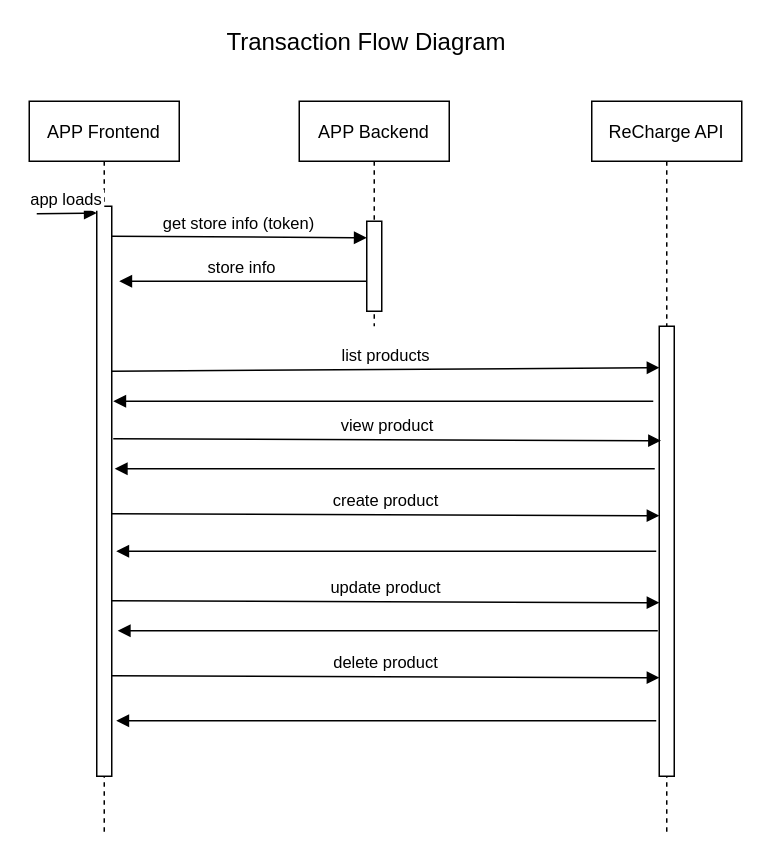
alexrsunrise/diagrams keeps this draw.io diagram as PIM Transaction Flow.drawio. Above is the earlier version. Source tidied: cells renumbered, new cells numbered last; positions are measured from the earlier drawing's top-left corner, leaving out a move shared by most shapes. Both pictures are drawn from the tidied source at 150%, with x=0, y=0 at pixel (28, 26).
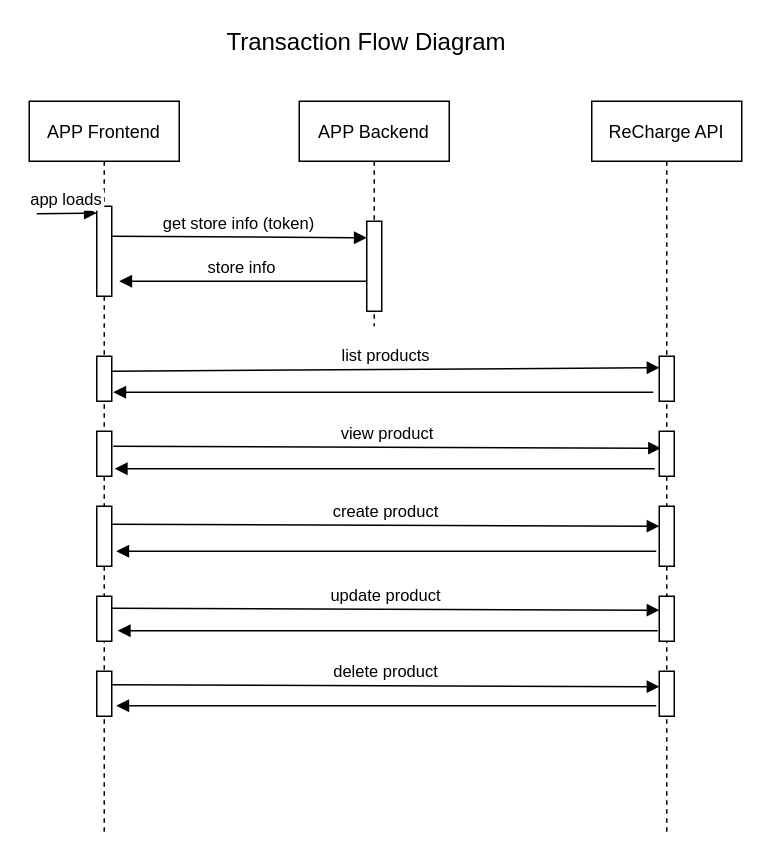
The same diagram, later.

Unchanged cells that the change refers to:
```xml
<mxCell id="2" value="APP Frontend" style="shape=umlLifeline;perimeter=lifelinePerimeter;rounded=0;shadow=0;strokeWidth=1;" parent="1" vertex="1">
  <mxGeometry y="50" width="100" height="490" as="geometry" />
</mxCell>
<mxCell id="9" value="ReCharge API" style="shape=umlLifeline;perimeter=lifelinePerimeter;rounded=0;shadow=0;strokeWidth=1;" parent="1" vertex="1">
  <mxGeometry x="375" y="50" width="100" height="490" as="geometry" />
</mxCell>
```

The edit, as a diff of the source:
```diff
@@
     <mxCell id="3" style="perimeter=orthogonalPerimeter;rounded=0;shadow=0;strokeWidth=1;" parent="2" vertex="1">
-      <mxGeometry x="45" y="70" width="10" height="380" as="geometry" />
+      <mxGeometry x="45" y="70" width="10" height="60" as="geometry" />
     </mxCell>
@@
-    <mxCell id="6" value="list products" style="verticalAlign=bottom;endArrow=block;entryX=0.02;entryY=0.092;shadow=0;strokeWidth=1;entryDx=0;entryDy=0;entryPerimeter=0;" parent="1" edge="1" target="10">
+    <mxCell id="6" value="list products" style="verticalAlign=bottom;endArrow=block;entryX=0.02;entryY=0.092;shadow=0;strokeWidth=1;entryDx=0;entryDy=0;entryPerimeter=0;" parent="1" edge="1">
       <mxGeometry relative="1" as="geometry">
         <mxPoint x="55" y="230" as="sourcePoint" />
+        <mxPoint x="420.2" y="227.6" as="targetPoint" />
       </mxGeometry>
     </mxCell>
@@
-    <mxCell id="10" style="points=[];perimeter=orthogonalPerimeter;rounded=0;shadow=0;strokeWidth=1;" parent="9" vertex="1">
-      <mxGeometry x="45" y="150" width="10" height="300" as="geometry" />
-    </mxCell>
@@
     <mxCell id="12" value="create product" style="verticalAlign=bottom;endArrow=block;entryX=0.02;entryY=0.092;shadow=0;strokeWidth=1;entryDx=0;entryDy=0;entryPerimeter=0;" parent="1" edge="1">
       <mxGeometry relative="1" as="geometry">
-        <mxPoint x="55" y="325" as="sourcePoint" />
-        <mxPoint x="420.2" y="326.3" as="targetPoint" />
+        <mxPoint x="55" y="332" as="sourcePoint" />
+        <mxPoint x="420.2" y="333.3" as="targetPoint" />
       </mxGeometry>
     </mxCell>
@@
     <mxCell id="14" value="update product" style="verticalAlign=bottom;endArrow=block;entryX=0.02;entryY=0.092;shadow=0;strokeWidth=1;entryDx=0;entryDy=0;entryPerimeter=0;" parent="1" edge="1">
       <mxGeometry relative="1" as="geometry">
-        <mxPoint x="55" y="383" as="sourcePoint" />
-        <mxPoint x="420.2" y="384.3" as="targetPoint" />
+        <mxPoint x="55" y="388" as="sourcePoint" />
+        <mxPoint x="420.2" y="389.3" as="targetPoint" />
       </mxGeometry>
     </mxCell>
     <mxCell id="15" value="delete product" style="verticalAlign=bottom;endArrow=block;entryX=0.02;entryY=0.092;shadow=0;strokeWidth=1;entryDx=0;entryDy=0;entryPerimeter=0;" parent="1" edge="1">
       <mxGeometry relative="1" as="geometry">
-        <mxPoint x="55" y="433" as="sourcePoint" />
-        <mxPoint x="420.2" y="434.3" as="targetPoint" />
+        <mxPoint x="55" y="439" as="sourcePoint" />
+        <mxPoint x="420.2" y="440.3" as="targetPoint" />
       </mxGeometry>
     </mxCell>
     <mxCell id="16" style="verticalAlign=bottom;endArrow=block;entryX=1;entryY=0;shadow=0;strokeWidth=1;" parent="1" edge="1">
       <mxGeometry relative="1" as="geometry">
-        <mxPoint x="418" y="463" as="sourcePoint" />
-        <mxPoint x="58" y="463" as="targetPoint" />
+        <mxPoint x="418" y="453" as="sourcePoint" />
+        <mxPoint x="58" y="453" as="targetPoint" />
       </mxGeometry>
     </mxCell>
@@
     <mxCell id="19" style="verticalAlign=bottom;endArrow=block;entryX=1;entryY=0;shadow=0;strokeWidth=1;" parent="1" edge="1">
       <mxGeometry relative="1" as="geometry">
-        <mxPoint x="416" y="250" as="sourcePoint" />
-        <mxPoint x="56" y="250" as="targetPoint" />
+        <mxPoint x="416" y="244" as="sourcePoint" />
+        <mxPoint x="56" y="244" as="targetPoint" />
       </mxGeometry>
     </mxCell>
     <mxCell id="20" value="view product" style="verticalAlign=bottom;endArrow=block;entryX=0.02;entryY=0.092;shadow=0;strokeWidth=1;entryDx=0;entryDy=0;entryPerimeter=0;" parent="1" edge="1">
       <mxGeometry relative="1" as="geometry">
-        <mxPoint x="56" y="275" as="sourcePoint" />
-        <mxPoint x="421.2" y="276.3" as="targetPoint" />
+        <mxPoint x="56" y="280" as="sourcePoint" />
+        <mxPoint x="421.2" y="281.3" as="targetPoint" />
       </mxGeometry>
     </mxCell>
@@
+    <mxCell id="22" style="perimeter=orthogonalPerimeter;rounded=0;shadow=0;strokeWidth=1;" parent="1" vertex="1">
+      <mxGeometry x="45" y="220" width="10" height="30" as="geometry" />
+    </mxCell>
+    <mxCell id="23" style="perimeter=orthogonalPerimeter;rounded=0;shadow=0;strokeWidth=1;" parent="1" vertex="1">
+      <mxGeometry x="45" y="270" width="10" height="30" as="geometry" />
+    </mxCell>
+    <mxCell id="24" style="perimeter=orthogonalPerimeter;rounded=0;shadow=0;strokeWidth=1;" parent="1" vertex="1">
+      <mxGeometry x="45" y="320" width="10" height="40" as="geometry" />
+    </mxCell>
+    <mxCell id="25" style="perimeter=orthogonalPerimeter;rounded=0;shadow=0;strokeWidth=1;" parent="1" vertex="1">
+      <mxGeometry x="45" y="380" width="10" height="30" as="geometry" />
+    </mxCell>
+    <mxCell id="26" style="perimeter=orthogonalPerimeter;rounded=0;shadow=0;strokeWidth=1;" parent="1" vertex="1">
+      <mxGeometry x="45" y="430" width="10" height="30" as="geometry" />
+    </mxCell>
+    <mxCell id="27" style="perimeter=orthogonalPerimeter;rounded=0;shadow=0;strokeWidth=1;" parent="1" vertex="1">
+      <mxGeometry x="420" y="220" width="10" height="30" as="geometry" />
+    </mxCell>
+    <mxCell id="28" style="perimeter=orthogonalPerimeter;rounded=0;shadow=0;strokeWidth=1;" parent="1" vertex="1">
+      <mxGeometry x="420" y="270" width="10" height="30" as="geometry" />
+    </mxCell>
+    <mxCell id="29" style="perimeter=orthogonalPerimeter;rounded=0;shadow=0;strokeWidth=1;" parent="1" vertex="1">
+      <mxGeometry x="420" y="320" width="10" height="40" as="geometry" />
+    </mxCell>
+    <mxCell id="30" style="perimeter=orthogonalPerimeter;rounded=0;shadow=0;strokeWidth=1;" parent="1" vertex="1">
+      <mxGeometry x="420" y="380" width="10" height="30" as="geometry" />
+    </mxCell>
+    <mxCell id="31" style="perimeter=orthogonalPerimeter;rounded=0;shadow=0;strokeWidth=1;" parent="1" vertex="1">
+      <mxGeometry x="420" y="430" width="10" height="30" as="geometry" />
+    </mxCell>
```
